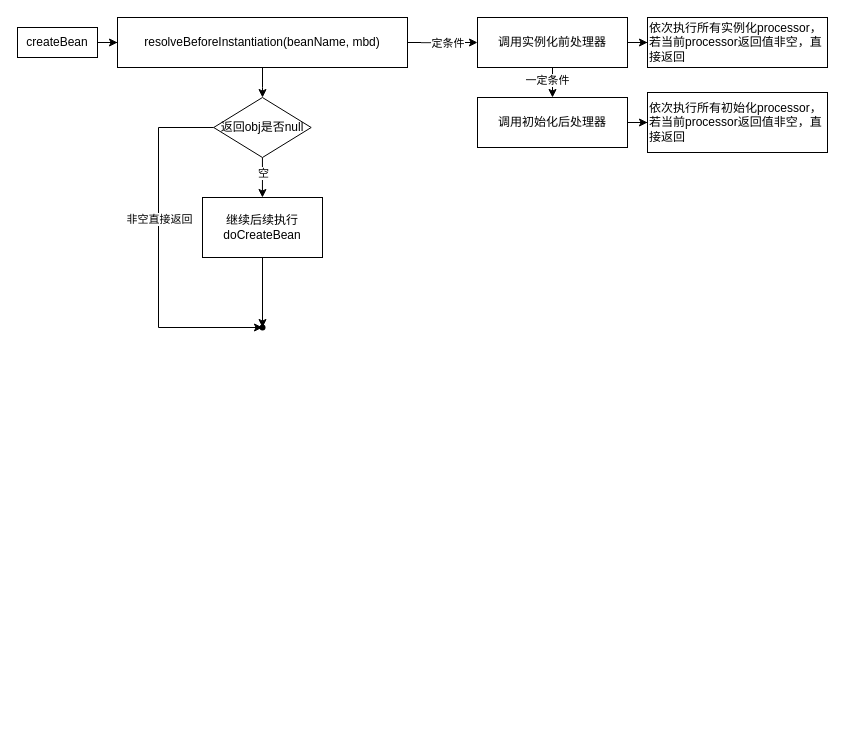
Before: Bean生命周期.drawio in nullptr0xf/drawio, a draw.io diagram. Source tidied: cells renumbered, new cells numbered last; positions are measured from the earlier drawing's top-left corner, leaving out a move shared by most shapes. Both pictures are drawn from the tidied source at 100%, with x=0, y=0 at pixel (17, 17).
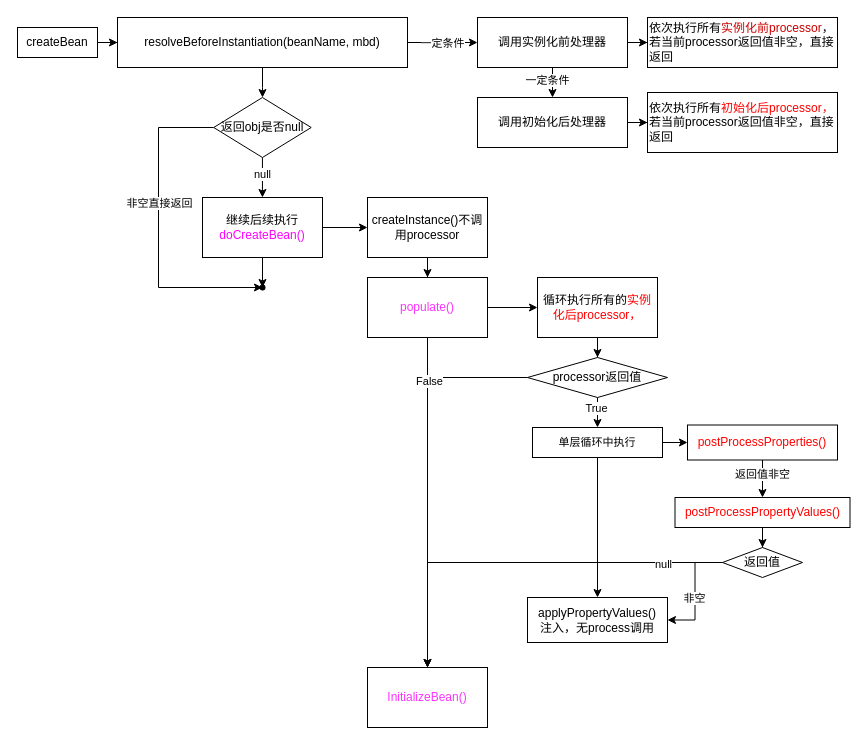
Above is the later version.

The change refers to these unchanged cells:
```xml
<mxCell id="14" style="edgeStyle=orthogonalEdgeStyle;rounded=0;jettySize=auto;html=1;exitX=0.5;exitY=1;exitDx=0;exitDy=0;" parent="1" edge="1" source="18" target="20">
  <mxGeometry relative="1" as="geometry" />
</mxCell>
<mxCell id="18" value="返回obj是否null" style="rhombus;whiteSpace=wrap;html=1;rounded=0;" parent="1" vertex="1">
  <mxGeometry x="196.2" y="80" width="97.5" height="60" as="geometry" />
</mxCell>
```

Change to the diagram source:
```diff
@@
-    <mxCell id="15" value="空" style="edgeLabel;html=1;align=center;verticalAlign=middle;" parent="14" vertex="1">
-      <mxGeometry x="-0.27" y="1" relative="1" as="geometry" />
-    </mxCell>
+    <mxCell id="24" value="null" style="edgeLabel;html=1;align=center;verticalAlign=middle;" parent="14" vertex="1">
+      <mxGeometry x="-0.22" y="5" relative="1" as="geometry">
+        <mxPoint x="-5" as="offset" />
+      </mxGeometry>
+    </mxCell>
     <mxCell id="16" style="edgeStyle=orthogonalEdgeStyle;rounded=0;jettySize=auto;html=1;entryX=0.21;entryY=0.338;entryDx=0;entryDy=0;entryPerimeter=0;" parent="1" edge="1" source="18" target="21">
       <mxGeometry relative="1" as="geometry">
         <Array as="points">
           <mxPoint x="141" y="110" />
-          <mxPoint x="141" y="310" />
+          <mxPoint x="141" y="270" />
         </Array>
       </mxGeometry>
     </mxCell>
@@
+    <mxCell id="25" style="edgeStyle=orthogonalEdgeStyle;rounded=0;jettySize=auto;html=1;" parent="1" edge="1" source="20" target="27">
+      <mxGeometry relative="1" as="geometry" />
+    </mxCell>
-    <mxCell id="20" value="继续后续执行doCreateBean" style="whiteSpace=wrap;html=1;rounded=0;" parent="1" vertex="1">
+    <mxCell id="20" value="继续后续执行&lt;font color=&quot;#ff00ff&quot;&gt;doCreateBean()&lt;/font&gt;" style="whiteSpace=wrap;html=1;rounded=0;" parent="1" vertex="1">
       <mxGeometry x="185" y="180" width="120" height="60" as="geometry" />
     </mxCell>
     <mxCell id="21" style="shape=waypoint;sketch=0;size=6;points=[];fillColor=default;perimeter=centerPerimeter;snapToPoint=1;rounded=0;" parent="1" vertex="1">
-      <mxGeometry x="235" y="300" width="20" height="20" as="geometry" />
+      <mxGeometry x="235" y="260" width="20" height="20" as="geometry" />
     </mxCell>
-    <mxCell id="22" value="依次执行所有实例化processor，&lt;br&gt;若当前processor返回值非空，直接返回" style="whiteSpace=wrap;html=1;rounded=0;align=left;" parent="1" vertex="1">
-      <mxGeometry x="630" width="180" height="50" as="geometry" />
+    <mxCell id="22" value="依次执行所有&lt;font color=&quot;#cc0000&quot;&gt;实例化前processor&lt;/font&gt;，&lt;br&gt;若当前processor返回值非空，直接返回" style="whiteSpace=wrap;html=1;rounded=0;align=left;" parent="1" vertex="1">
+      <mxGeometry x="630" width="190" height="50" as="geometry" />
     </mxCell>
-    <mxCell id="23" value="依次执行所有初始化processor，&lt;br style=&quot;border-color: var(--border-color);&quot;&gt;若当前processor返回值非空，直接返回" style="whiteSpace=wrap;html=1;rounded=0;align=left;" parent="1" vertex="1">
-      <mxGeometry x="630" y="75" width="180" height="60" as="geometry" />
+    <mxCell id="23" value="依次执行所有&lt;font color=&quot;#ff0000&quot;&gt;初始化后processor，&lt;/font&gt;&lt;br style=&quot;border-color: var(--border-color);&quot;&gt;若当前processor返回值非空，直接返回" style="whiteSpace=wrap;html=1;rounded=0;align=left;" parent="1" vertex="1">
+      <mxGeometry x="630" y="75" width="190" height="60" as="geometry" />
     </mxCell>
+    <mxCell id="26" style="edgeStyle=orthogonalEdgeStyle;rounded=0;jettySize=auto;html=1;" parent="1" edge="1" source="27" target="30">
+      <mxGeometry relative="1" as="geometry" />
+    </mxCell>
+    <mxCell id="27" value="createInstance()不调用processor" style="whiteSpace=wrap;html=1;rounded=0;" parent="1" vertex="1">
+      <mxGeometry x="350" y="180" width="120" height="60" as="geometry" />
+    </mxCell>
+    <mxCell id="28" style="edgeStyle=orthogonalEdgeStyle;rounded=0;jettySize=auto;html=1;" parent="1" edge="1" source="30" target="32">
+      <mxGeometry relative="1" as="geometry" />
+    </mxCell>
+    <mxCell id="29" style="edgeStyle=orthogonalEdgeStyle;rounded=0;jettySize=auto;html=1;" parent="1" edge="1" source="30" target="38">
+      <mxGeometry relative="1" as="geometry" />
+    </mxCell>
+    <mxCell id="30" value="&lt;font color=&quot;#ff33ff&quot;&gt;populate()&lt;/font&gt;" style="whiteSpace=wrap;html=1;rounded=0;" parent="1" vertex="1">
+      <mxGeometry x="350" y="260" width="120" height="60" as="geometry" />
+    </mxCell>
+    <mxCell id="31" style="edgeStyle=orthogonalEdgeStyle;rounded=0;jettySize=auto;html=1;" parent="1" edge="1" source="32" target="37">
+      <mxGeometry relative="1" as="geometry" />
+    </mxCell>
+    <mxCell id="32" value="循环执行所有的&lt;font color=&quot;#ff0000&quot;&gt;实例化后processor，&lt;/font&gt;" style="whiteSpace=wrap;html=1;rounded=0;" parent="1" vertex="1">
+      <mxGeometry x="520" y="260" width="120" height="60" as="geometry" />
+    </mxCell>
+    <mxCell id="33" style="edgeStyle=orthogonalEdgeStyle;rounded=0;jettySize=auto;html=1;entryX=0.5;entryY=0;entryDx=0;entryDy=0;" parent="1" edge="1" source="37" target="38">
+      <mxGeometry relative="1" as="geometry" />
+    </mxCell>
+    <mxCell id="34" value="False" style="edgeLabel;html=1;align=center;verticalAlign=middle;" parent="33" vertex="1">
+      <mxGeometry x="-0.49" y="3" relative="1" as="geometry" />
+    </mxCell>
+    <mxCell id="35" style="edgeStyle=orthogonalEdgeStyle;rounded=0;jettySize=auto;html=1;entryX=0.5;entryY=0;entryDx=0;entryDy=0;" parent="1" edge="1" source="37" target="41">
+      <mxGeometry relative="1" as="geometry" />
+    </mxCell>
+    <mxCell id="36" value="True" style="edgeLabel;html=1;align=center;verticalAlign=middle;" parent="35" vertex="1">
+      <mxGeometry x="-0.62" y="-2" relative="1" as="geometry" />
+    </mxCell>
+    <mxCell id="37" value="processor返回值" style="rhombus;whiteSpace=wrap;html=1;rounded=0;" parent="1" vertex="1">
+      <mxGeometry x="510" y="340" width="140" height="40" as="geometry" />
+    </mxCell>
+    <mxCell id="38" value="&lt;font color=&quot;#ff33ff&quot;&gt;InitializeBean()&lt;/font&gt;" style="whiteSpace=wrap;html=1;rounded=0;" parent="1" vertex="1">
+      <mxGeometry x="350" y="650" width="120" height="60" as="geometry" />
+    </mxCell>
+    <mxCell id="39" style="edgeStyle=orthogonalEdgeStyle;rounded=0;jettySize=auto;html=1;" parent="1" edge="1" source="41" target="44">
+      <mxGeometry relative="1" as="geometry" />
+    </mxCell>
+    <mxCell id="40" style="edgeStyle=orthogonalEdgeStyle;rounded=0;jettySize=auto;html=1;" parent="1" edge="1" source="41" target="47">
+      <mxGeometry relative="1" as="geometry" />
+    </mxCell>
+    <mxCell id="41" value="&lt;font style=&quot;font-size: 11px;&quot;&gt;单层循环中执行&lt;br&gt;&lt;/font&gt;" style="whiteSpace=wrap;html=1;rounded=0;" parent="1" vertex="1">
+      <mxGeometry x="515" y="410" width="130" height="30" as="geometry" />
+    </mxCell>
+    <mxCell id="42" style="edgeStyle=orthogonalEdgeStyle;rounded=0;jettySize=auto;html=1;" parent="1" edge="1" source="44" target="46">
+      <mxGeometry relative="1" as="geometry" />
+    </mxCell>
+    <mxCell id="43" value="返回值非空" style="edgeLabel;html=1;align=center;verticalAlign=middle;" parent="42" vertex="1">
+      <mxGeometry x="-0.32" y="-1" relative="1" as="geometry" />
+    </mxCell>
+    <mxCell id="44" value="&lt;font color=&quot;#ff0000&quot;&gt;postProcessProperties()&lt;/font&gt;" style="whiteSpace=wrap;html=1;rounded=0;" parent="1" vertex="1">
+      <mxGeometry x="670" y="407.5" width="150" height="35" as="geometry" />
+    </mxCell>
+    <mxCell id="45" style="edgeStyle=orthogonalEdgeStyle;rounded=0;jettySize=auto;html=1;" parent="1" edge="1" source="46" target="52">
+      <mxGeometry relative="1" as="geometry" />
+    </mxCell>
+    <mxCell id="46" value="&lt;font color=&quot;#ff0000&quot;&gt;postProcessPropertyValues()&lt;/font&gt;" style="whiteSpace=wrap;html=1;rounded=0;" parent="1" vertex="1">
+      <mxGeometry x="657.5" y="480" width="175" height="30" as="geometry" />
+    </mxCell>
+    <mxCell id="47" value="applyPropertyValues()&lt;br&gt;注入，无process调用" style="whiteSpace=wrap;html=1;rounded=0;" parent="1" vertex="1">
+      <mxGeometry x="510" y="580" width="140" height="45" as="geometry" />
+    </mxCell>
+    <mxCell id="48" style="edgeStyle=orthogonalEdgeStyle;rounded=0;jettySize=auto;html=1;entryX=0.5;entryY=0;entryDx=0;entryDy=0;" parent="1" edge="1" source="52" target="38">
+      <mxGeometry relative="1" as="geometry" />
+    </mxCell>
+    <mxCell id="49" value="null" style="edgeLabel;html=1;align=center;verticalAlign=middle;" parent="48" vertex="1">
+      <mxGeometry x="-0.7" y="1" relative="1" as="geometry" />
+    </mxCell>
+    <mxCell id="50" style="edgeStyle=orthogonalEdgeStyle;rounded=0;jettySize=auto;html=1;entryX=1;entryY=0.5;entryDx=0;entryDy=0;" parent="1" edge="1" source="52" target="47">
+      <mxGeometry relative="1" as="geometry" />
+    </mxCell>
+    <mxCell id="51" value="非空" style="edgeLabel;html=1;align=center;verticalAlign=middle;" parent="50" vertex="1">
+      <mxGeometry x="0.1" y="-1" relative="1" as="geometry">
+        <mxPoint y="1" as="offset" />
+      </mxGeometry>
+    </mxCell>
+    <mxCell id="52" value="返回值" style="rhombus;whiteSpace=wrap;html=1;rounded=0;" parent="1" vertex="1">
+      <mxGeometry x="705" y="530" width="80" height="30" as="geometry" />
+    </mxCell>
```
